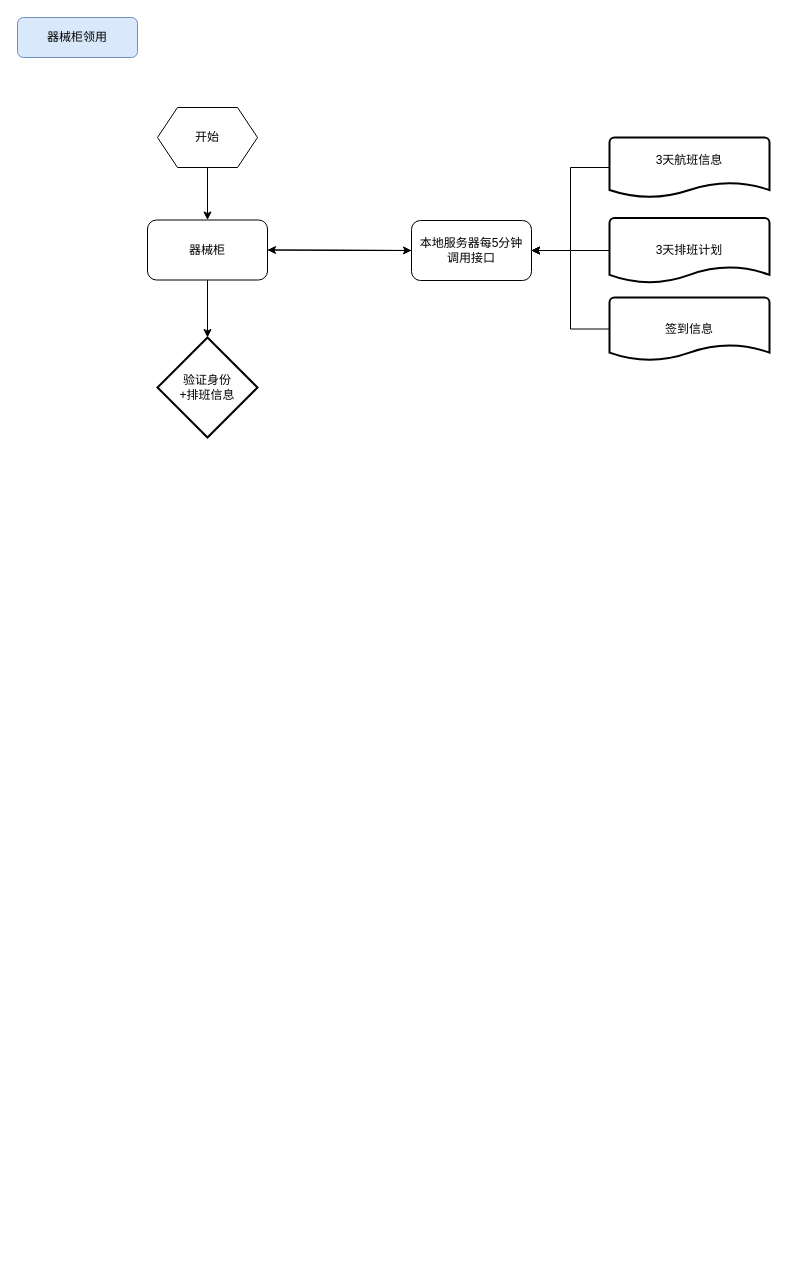
HXLMOM/cctest keeps this draw.io diagram as xbhangkong3.drawio. Above is the earlier version. Source tidied: cells renumbered, new cells numbered last; positions are measured from the earlier drawing's top-left corner, leaving out a move shared by most shapes. Both pictures are drawn from the tidied source at 100%, with x=0, y=0 at pixel (17, 17).
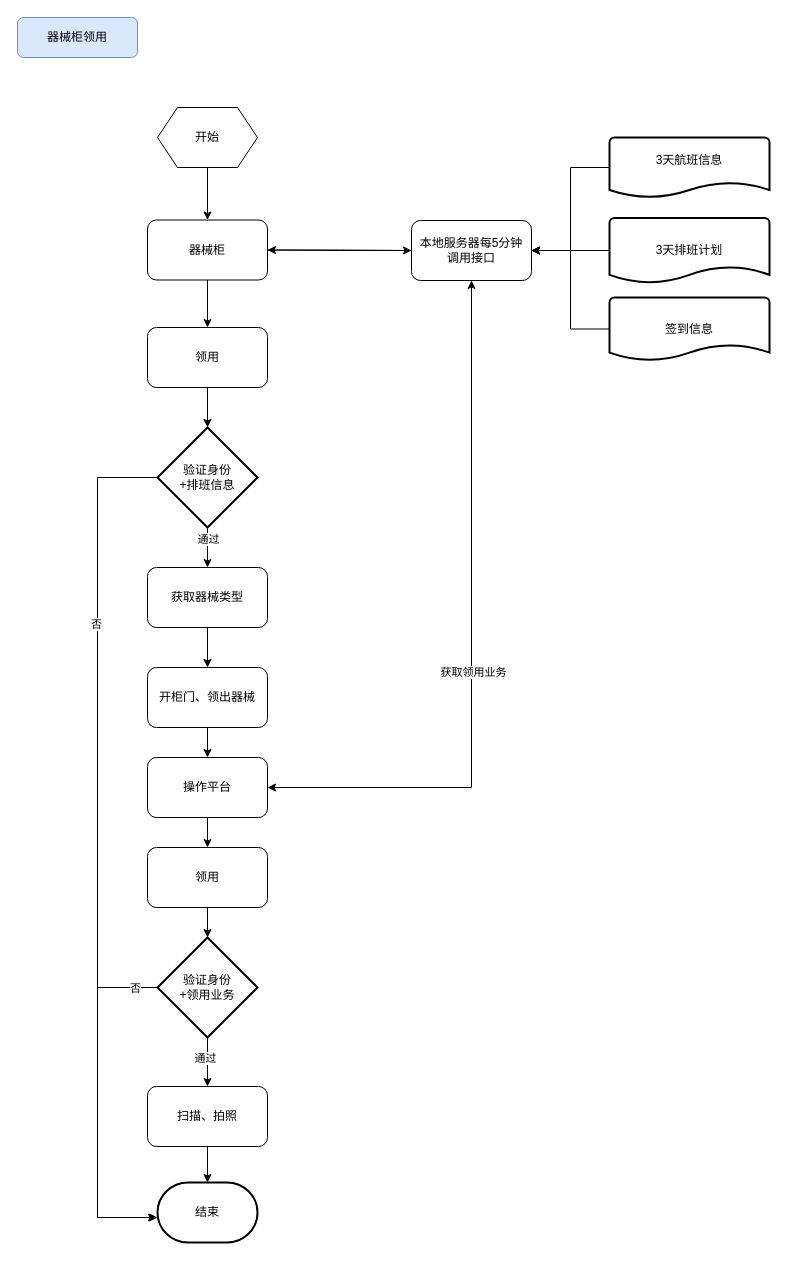
Above is the later version.

The change refers to these unchanged cells:
```xml
<mxCell id="7" value="器械柜" style="rounded=1;whiteSpace=wrap;html=1;" parent="1" vertex="1">
  <mxGeometry x="130" y="202.5" width="120" height="60" as="geometry" />
</mxCell>
<mxCell id="9" value="本地服务器每5分钟&lt;br&gt;调用接口" style="rounded=1;whiteSpace=wrap;html=1;" parent="1" vertex="1">
  <mxGeometry x="394" y="203" width="120" height="60" as="geometry" />
</mxCell>
```

What changed in the source:
```diff
@@
-    <mxCell id="5" style="edgeStyle=orthogonalEdgeStyle;rounded=0;jettySize=auto;html=1;" parent="1" edge="1" source="7" target="16">
-      <mxGeometry relative="1" as="geometry" />
-    </mxCell>
@@
+    <mxCell id="17" style="edgeStyle=orthogonalEdgeStyle;rounded=0;jettySize=auto;html=1;entryX=0.5;entryY=0;entryDx=0;entryDy=0;" parent="1" edge="1" source="7" target="24">
+      <mxGeometry relative="1" as="geometry" />
+    </mxCell>
@@
+    <mxCell id="18" style="edgeStyle=orthogonalEdgeStyle;rounded=0;jettySize=auto;html=1;entryX=1;entryY=0.5;entryDx=0;entryDy=0;startArrow=classic;startFill=1;" parent="1" edge="1" source="9" target="32">
+      <mxGeometry relative="1" as="geometry">
+        <Array as="points">
+          <mxPoint x="454" y="770" />
+        </Array>
+      </mxGeometry>
+    </mxCell>
+    <mxCell id="19" value="获取领用业务" style="edgeLabel;html=1;align=center;verticalAlign=middle;" parent="18" vertex="1">
+      <mxGeometry x="0.1" y="1" relative="1" as="geometry" />
+    </mxCell>
@@
+    <mxCell id="20" style="edgeStyle=orthogonalEdgeStyle;rounded=0;jettySize=auto;html=1;entryX=0.5;entryY=0;entryDx=0;entryDy=0;" parent="1" edge="1" source="16" target="26">
+      <mxGeometry relative="1" as="geometry" />
+    </mxCell>
+    <mxCell id="21" value="通过" style="edgeLabel;html=1;align=center;verticalAlign=middle;" parent="20" vertex="1">
+      <mxGeometry x="-0.46" relative="1" as="geometry" />
+    </mxCell>
     <mxCell id="16" value="验证身份&lt;br&gt;+排班信息" style="strokeWidth=2;html=1;shape=mxgraph.flowchart.decision;whiteSpace=wrap;" parent="1" vertex="1">
-      <mxGeometry x="140" y="320" width="100" height="100" as="geometry" />
+      <mxGeometry x="140" y="410" width="100" height="100" as="geometry" />
     </mxCell>
+    <mxCell id="22" value="结束" style="strokeWidth=2;html=1;shape=mxgraph.flowchart.terminator;whiteSpace=wrap;" parent="1" vertex="1">
+      <mxGeometry x="140" y="1165" width="100" height="60" as="geometry" />
+    </mxCell>
+    <mxCell id="23" style="edgeStyle=orthogonalEdgeStyle;rounded=0;jettySize=auto;html=1;" parent="1" edge="1" source="24" target="16">
+      <mxGeometry relative="1" as="geometry" />
+    </mxCell>
+    <mxCell id="24" value="领用" style="rounded=1;whiteSpace=wrap;html=1;" parent="1" vertex="1">
+      <mxGeometry x="130" y="310" width="120" height="60" as="geometry" />
+    </mxCell>
+    <mxCell id="25" style="edgeStyle=orthogonalEdgeStyle;rounded=0;jettySize=auto;html=1;entryX=0.5;entryY=0;entryDx=0;entryDy=0;" parent="1" edge="1" source="26" target="28">
+      <mxGeometry relative="1" as="geometry" />
+    </mxCell>
+    <mxCell id="26" value="获取器械类型" style="rounded=1;whiteSpace=wrap;html=1;" parent="1" vertex="1">
+      <mxGeometry x="130" y="550" width="120" height="60" as="geometry" />
+    </mxCell>
+    <mxCell id="27" style="edgeStyle=orthogonalEdgeStyle;rounded=0;jettySize=auto;html=1;entryX=0.5;entryY=0;entryDx=0;entryDy=0;" parent="1" edge="1" source="28" target="32">
+      <mxGeometry relative="1" as="geometry" />
+    </mxCell>
+    <mxCell id="28" value="开柜门、领出器械" style="rounded=1;whiteSpace=wrap;html=1;" parent="1" vertex="1">
+      <mxGeometry x="130" y="650" width="120" height="60" as="geometry" />
+    </mxCell>
+    <mxCell id="29" value="扫描、拍照" style="rounded=1;whiteSpace=wrap;html=1;" parent="1" vertex="1">
+      <mxGeometry x="130" y="1069" width="120" height="60" as="geometry" />
+    </mxCell>
+    <mxCell id="30" style="edgeStyle=orthogonalEdgeStyle;rounded=0;jettySize=auto;html=1;entryX=0.5;entryY=0;entryDx=0;entryDy=0;entryPerimeter=0;" parent="1" edge="1" source="29" target="22">
+      <mxGeometry relative="1" as="geometry" />
+    </mxCell>
+    <mxCell id="31" style="edgeStyle=orthogonalEdgeStyle;rounded=0;jettySize=auto;html=1;" parent="1" edge="1" source="32" target="36">
+      <mxGeometry relative="1" as="geometry" />
+    </mxCell>
+    <mxCell id="32" value="操作平台" style="rounded=1;whiteSpace=wrap;html=1;" parent="1" vertex="1">
+      <mxGeometry x="130" y="740" width="120" height="60" as="geometry" />
+    </mxCell>
+    <mxCell id="33" style="edgeStyle=orthogonalEdgeStyle;rounded=0;jettySize=auto;html=1;" parent="1" edge="1" source="16">
+      <mxGeometry relative="1" as="geometry">
+        <mxPoint x="140" y="1200" as="targetPoint" />
+        <Array as="points">
+          <mxPoint x="80" y="460" />
+          <mxPoint x="80" y="1200" />
+        </Array>
+      </mxGeometry>
+    </mxCell>
+    <mxCell id="34" value="否" style="edgeLabel;html=1;align=center;verticalAlign=middle;" parent="33" vertex="1">
+      <mxGeometry x="-0.52" y="-2" relative="1" as="geometry" />
+    </mxCell>
+    <mxCell id="35" style="edgeStyle=orthogonalEdgeStyle;rounded=0;jettySize=auto;html=1;" parent="1" edge="1" source="36" target="41">
+      <mxGeometry relative="1" as="geometry" />
+    </mxCell>
+    <mxCell id="36" value="领用" style="rounded=1;whiteSpace=wrap;html=1;" parent="1" vertex="1">
+      <mxGeometry x="130" y="830" width="120" height="60" as="geometry" />
+    </mxCell>
+    <mxCell id="37" style="edgeStyle=orthogonalEdgeStyle;rounded=0;jettySize=auto;html=1;" parent="1" edge="1" source="41" target="29">
+      <mxGeometry relative="1" as="geometry" />
+    </mxCell>
+    <mxCell id="38" value="通过" style="edgeLabel;html=1;align=center;verticalAlign=middle;" parent="37" vertex="1">
+      <mxGeometry x="-0.2" y="-3" relative="1" as="geometry" />
+    </mxCell>
+    <mxCell id="39" style="edgeStyle=orthogonalEdgeStyle;rounded=0;jettySize=auto;html=1;" parent="1" edge="1" source="41">
+      <mxGeometry relative="1" as="geometry">
+        <mxPoint x="139" y="1200" as="targetPoint" />
+        <Array as="points">
+          <mxPoint x="80" y="970" />
+          <mxPoint x="80" y="1200" />
+          <mxPoint x="139" y="1200" />
+        </Array>
+      </mxGeometry>
+    </mxCell>
+    <mxCell id="40" value="否" style="edgeLabel;html=1;align=center;verticalAlign=middle;" parent="39" vertex="1">
+      <mxGeometry x="-0.87" relative="1" as="geometry" />
+    </mxCell>
+    <mxCell id="41" value="验证身份&lt;br&gt;+领用业务" style="strokeWidth=2;html=1;shape=mxgraph.flowchart.decision;whiteSpace=wrap;" parent="1" vertex="1">
+      <mxGeometry x="140" y="920" width="100" height="100" as="geometry" />
+    </mxCell>
```
